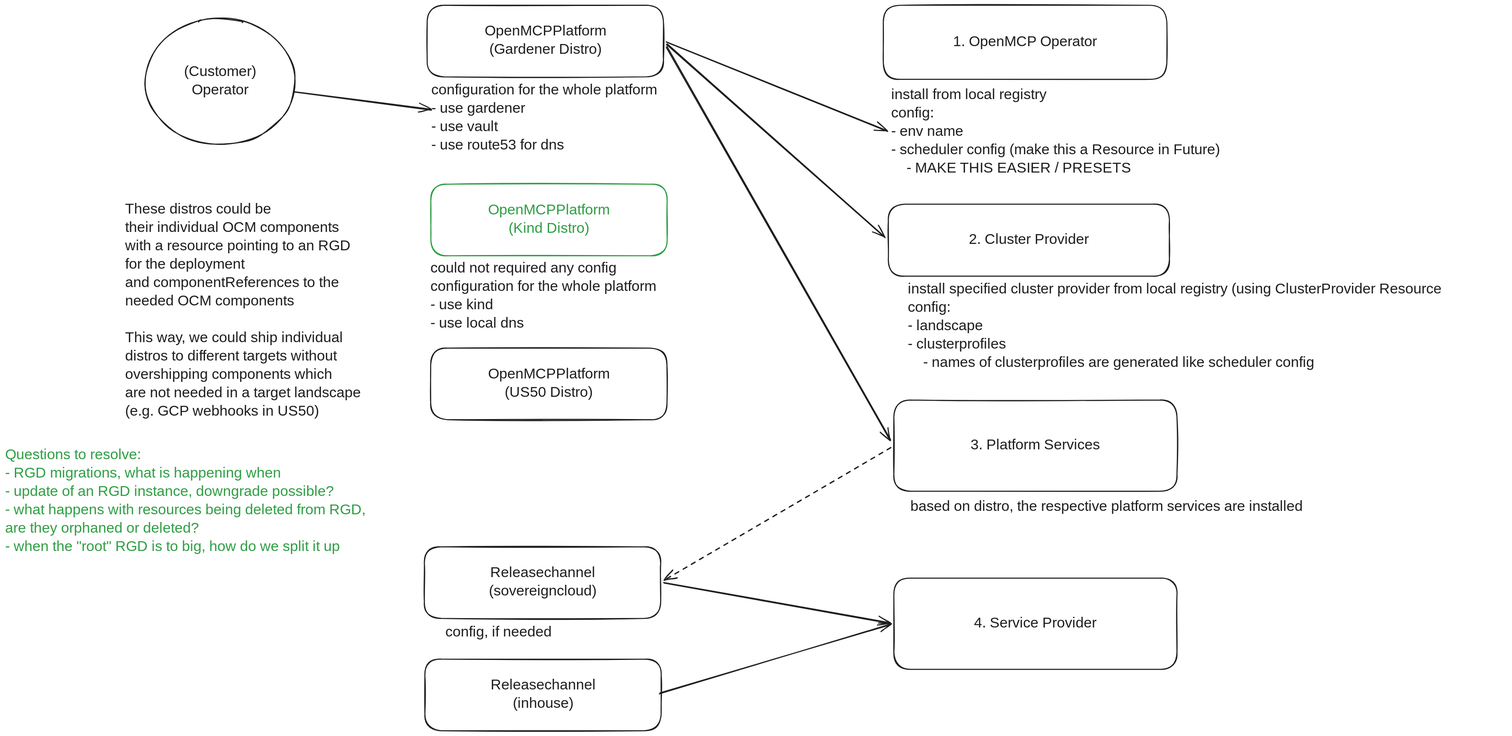
Before: adrs/rgd_based_autonomous_clusters.excalidraw.svg, a diagram exported from Excalidraw (openmcp-project/docs). Source tidied: one line per element, renumbered; positions are measured from the earlier drawing's top-left corner, leaving out a move shared by most shapes.
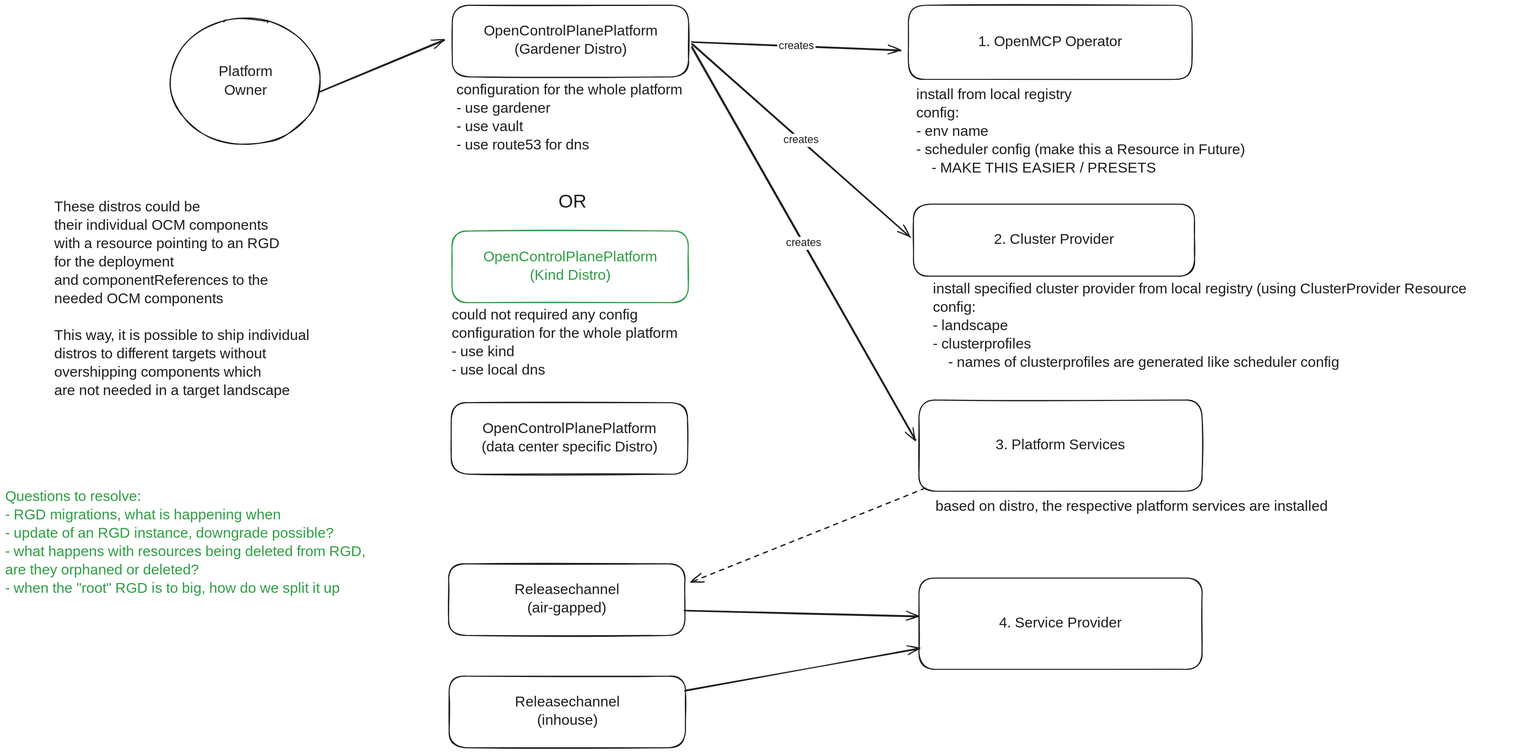
After the commit.

Commit message:
address review: use Platform Owner terminology, fix API name, clarify diagram

What changed in the source:
```diff
@@ -1,35 +1,38 @@
 {"id": 0, "type": "rectangle", "strokeColor": "#1e1e1e", "strokeWidth": 2, "roughness": 1, "round": true, "x": 804, "y": 0, "width": 450, "height": 136}
-{"id": 1, "type": "text", "text": "OpenMCPPlatform\n(Gardener Distro)", "strokeColor": "#1e1e1e", "strokeWidth": 2, "roughness": 1, "fontSize": 28, "fontFamily": 5, "textAlign": "center", "verticalAlign": "middle", "inside": 0, "x": 906, "y": 33, "width": 245, "height": 70}
+{"id": 1, "type": "text", "text": "OpenControlPlanePlatform\n(Gardener Distro)", "strokeColor": "#1e1e1e", "strokeWidth": 2, "roughness": 1, "fontSize": 28, "fontFamily": 5, "textAlign": "center", "verticalAlign": "middle", "inside": 0, "x": 851, "y": 33, "width": 355, "height": 70}
 {"id": 2, "type": "text", "text": "configuration for the whole platform\n- use gardener\n- use vault\n- use route53 for dns\n", "strokeColor": "#1e1e1e", "strokeWidth": 2, "roughness": 1, "fontSize": 28, "fontFamily": 5, "x": 811, "y": 145, "width": 498, "height": 175}
 {"id": 3, "type": "rectangle", "strokeColor": "#1e1e1e", "strokeWidth": 2, "roughness": 1, "round": true, "x": 1672, "y": 0, "width": 540, "height": 141}
 {"id": 4, "type": "text", "text": "1. OpenMCP Operator", "strokeColor": "#1e1e1e", "strokeWidth": 2, "roughness": 1, "fontSize": 28, "fontFamily": 5, "textAlign": "center", "verticalAlign": "middle", "inside": 3, "x": 1799, "y": 53, "width": 288, "height": 35}
 {"id": 5, "type": "text", "text": "install from local registry\nconfig:\n- env name\n- scheduler config (make this a Resource in Future)\n    - MAKE THIS EASIER / PRESETS", "strokeColor": "#1e1e1e", "strokeWidth": 2, "roughness": 1, "fontSize": 28, "fontFamily": 5, "x": 1687, "y": 154, "width": 702, "height": 175}
 {"id": 6, "type": "ellipse", "strokeColor": "#1e1e1e", "strokeWidth": 2, "roughness": 1, "round": true, "x": 266, "y": 25, "width": 285, "height": 240}
-{"id": 7, "type": "text", "text": "(Customer)\nOperator", "strokeColor": "#1e1e1e", "strokeWidth": 2, "roughness": 1, "fontSize": 28, "fontFamily": 5, "textAlign": "center", "verticalAlign": "middle", "inside": 6, "x": 335, "y": 110, "width": 148, "height": 70}
+{"id": 7, "type": "text", "text": "Platform\nOwner", "strokeColor": "#1e1e1e", "strokeWidth": 2, "roughness": 1, "fontSize": 28, "fontFamily": 5, "textAlign": "center", "verticalAlign": "middle", "inside": 6, "x": 350, "y": 110, "width": 118, "height": 70}
-{"id": 8, "type": "arrow", "strokeColor": "#1e1e1e", "strokeWidth": 2, "roughness": 1, "endArrowhead": "arrow", "round": true, "from": 6, "to": 2, "x": 550, "y": 164, "width": 261, "height": 35, "points": [[0, 0], [261, 35]]}
+{"id": 8, "type": "arrow", "strokeColor": "#1e1e1e", "strokeWidth": 2, "roughness": 1, "endArrowhead": "arrow", "round": true, "from": 6, "to": 0, "x": 550, "y": 164, "width": 238, "height": 98, "points": [[0, 0], [238, -98]]}
-{"id": 9, "type": "arrow", "strokeColor": "#1e1e1e", "strokeWidth": 2, "roughness": 1, "endArrowhead": "arrow", "round": true, "from": 0, "to": 5, "x": 1260, "y": 71, "width": 421, "height": 169, "points": [[0, 0], [421, 169]]}
+{"id": 9, "type": "arrow", "strokeColor": "#1e1e1e", "strokeWidth": 2, "roughness": 1, "endArrowhead": "arrow", "round": true, "from": 0, "to": 3, "x": 1260, "y": 71, "width": 399, "height": 15, "points": [[0, 0], [399, 15]]}
+{"id": 35, "type": "text", "text": "creates", "strokeColor": "#1e1e1e", "strokeWidth": 2, "roughness": 1, "fontSize": 20, "fontFamily": 5, "textAlign": "center", "verticalAlign": "middle", "inside": 9, "x": 1434, "y": 142, "width": 73, "height": 25}
-{"id": 10, "type": "rectangle", "strokeColor": "#2f9e44", "strokeWidth": 2, "roughness": 1, "round": true, "x": 811, "y": 341, "width": 450, "height": 136}
+{"id": 10, "type": "rectangle", "strokeColor": "#2f9e44", "strokeWidth": 2, "roughness": 1, "round": true, "x": 803, "y": 430, "width": 450, "height": 136}
-{"id": 11, "type": "text", "text": "OpenMCPPlatform\n(Kind Distro)", "strokeColor": "#2f9e44", "strokeWidth": 2, "roughness": 1, "fontSize": 28, "fontFamily": 5, "textAlign": "center", "verticalAlign": "middle", "inside": 10, "x": 914, "y": 374, "width": 243, "height": 70}
+{"id": 11, "type": "text", "text": "OpenControlPlanePlatform\n(Kind Distro)", "strokeColor": "#2f9e44", "strokeWidth": 2, "roughness": 1, "fontSize": 28, "fontFamily": 5, "textAlign": "center", "verticalAlign": "middle", "inside": 10, "x": 851, "y": 463, "width": 355, "height": 70}
-{"id": 12, "type": "rectangle", "strokeColor": "#1e1e1e", "strokeWidth": 2, "roughness": 1, "round": true, "x": 810, "y": 653, "width": 450, "height": 136}
+{"id": 12, "type": "rectangle", "strokeColor": "#1e1e1e", "strokeWidth": 2, "roughness": 1, "round": true, "x": 802, "y": 757, "width": 450, "height": 136}
-{"id": 13, "type": "text", "text": "OpenMCPPlatform\n(US50 Distro)", "strokeColor": "#1e1e1e", "strokeWidth": 2, "roughness": 1, "fontSize": 28, "fontFamily": 5, "textAlign": "center", "verticalAlign": "middle", "inside": 12, "x": 914, "y": 686, "width": 243, "height": 70}
+{"id": 13, "type": "text", "text": "OpenControlPlanePlatform\n(data center specific Distro)", "strokeColor": "#1e1e1e", "strokeWidth": 2, "roughness": 1, "fontSize": 28, "fontFamily": 5, "textAlign": "center", "verticalAlign": "middle", "inside": 12, "x": 828, "y": 790, "width": 397, "height": 70}
-{"id": 14, "type": "text", "text": "could not required any config\nconfiguration for the whole platform\n- use kind\n- use local dns\n", "strokeColor": "#1e1e1e", "strokeWidth": 2, "roughness": 1, "fontSize": 28, "fontFamily": 5, "x": 810, "y": 484, "width": 498, "height": 175}
+{"id": 14, "type": "text", "text": "could not required any config\nconfiguration for the whole platform\n- use kind\n- use local dns\n", "strokeColor": "#1e1e1e", "strokeWidth": 2, "roughness": 1, "fontSize": 28, "fontFamily": 5, "x": 802, "y": 573, "width": 498, "height": 175}
 {"id": 15, "type": "rectangle", "strokeColor": "#1e1e1e", "strokeWidth": 2, "roughness": 1, "round": true, "x": 1682, "y": 379, "width": 535, "height": 137}
 {"id": 16, "type": "text", "text": "2. Cluster Provider", "strokeColor": "#1e1e1e", "strokeWidth": 2, "roughness": 1, "fontSize": 28, "fontFamily": 5, "textAlign": "center", "verticalAlign": "middle", "inside": 15, "x": 1820, "y": 430, "width": 259, "height": 35}
 {"id": 17, "type": "arrow", "strokeColor": "#1e1e1e", "strokeWidth": 2, "roughness": 1, "endArrowhead": "arrow", "round": true, "from": 0, "to": 15, "x": 1260, "y": 73, "width": 416, "height": 369, "points": [[0, 0], [416, 369]]}
+{"id": 36, "type": "text", "text": "creates", "strokeColor": "#1e1e1e", "strokeWidth": 2, "roughness": 1, "fontSize": 20, "fontFamily": 5, "textAlign": "center", "verticalAlign": "middle", "inside": 17, "x": 1431, "y": 245, "width": 73, "height": 25}
 {"id": 18, "type": "text", "text": "install specified cluster provider from local registry (using ClusterProvider Resource\nconfig:\n- landscape\n- clusterprofiles\n    - names of clusterprofiles are generated like scheduler config", "strokeColor": "#1e1e1e", "strokeWidth": 2, "roughness": 1, "fontSize": 28, "fontFamily": 5, "x": 1719, "y": 524, "width": 1141, "height": 175}
 {"id": 19, "type": "rectangle", "strokeColor": "#1e1e1e", "strokeWidth": 2, "roughness": 1, "round": true, "x": 1693, "y": 752, "width": 539, "height": 174}
 {"id": 20, "type": "text", "text": "3. Platform Services", "strokeColor": "#1e1e1e", "strokeWidth": 2, "roughness": 1, "fontSize": 28, "fontFamily": 5, "textAlign": "center", "verticalAlign": "middle", "inside": 19, "x": 1825, "y": 821, "width": 275, "height": 35}
 {"id": 21, "type": "text", "text": "based on distro, the respective platform services are installed", "strokeColor": "#1e1e1e", "strokeWidth": 2, "roughness": 1, "fontSize": 28, "fontFamily": 5, "x": 1724, "y": 938, "width": 850, "height": 35}
 {"id": 22, "type": "rectangle", "strokeColor": "#1e1e1e", "strokeWidth": 2, "roughness": 1, "round": true, "x": 1693, "y": 1091, "width": 539, "height": 174}
 {"id": 23, "type": "text", "text": "4. Service Provider", "strokeColor": "#1e1e1e", "strokeWidth": 2, "roughness": 1, "fontSize": 28, "fontFamily": 5, "textAlign": "center", "verticalAlign": "middle", "inside": 22, "x": 1835, "y": 1160, "width": 254, "height": 35}
-{"id": 24, "type": "rectangle", "strokeColor": "#1e1e1e", "strokeWidth": 2, "roughness": 1, "round": true, "x": 798, "y": 1031, "width": 450, "height": 136}
+{"id": 24, "type": "rectangle", "strokeColor": "#1e1e1e", "strokeWidth": 2, "roughness": 1, "round": true, "x": 797, "y": 1064, "width": 450, "height": 136}
-{"id": 25, "type": "text", "text": "Releasechannel\n(sovereigncloud)", "strokeColor": "#1e1e1e", "strokeWidth": 2, "roughness": 1, "fontSize": 28, "fontFamily": 5, "textAlign": "center", "verticalAlign": "middle", "inside": 24, "x": 914, "y": 1064, "width": 218, "height": 70}
+{"id": 25, "type": "text", "text": "Releasechannel\n(air-gapped)", "strokeColor": "#1e1e1e", "strokeWidth": 2, "roughness": 1, "fontSize": 28, "fontFamily": 5, "textAlign": "center", "verticalAlign": "middle", "inside": 24, "x": 922, "y": 1097, "width": 200, "height": 70}
-{"id": 26, "type": "rectangle", "strokeColor": "#1e1e1e", "strokeWidth": 2, "roughness": 1, "round": true, "x": 799, "y": 1245, "width": 450, "height": 136}
+{"id": 26, "type": "rectangle", "strokeColor": "#1e1e1e", "strokeWidth": 2, "roughness": 1, "round": true, "x": 798, "y": 1278, "width": 450, "height": 136}
-{"id": 27, "type": "text", "text": "Releasechannel\n(inhouse)", "strokeColor": "#1e1e1e", "strokeWidth": 2, "roughness": 1, "fontSize": 28, "fontFamily": 5, "textAlign": "center", "verticalAlign": "middle", "inside": 26, "x": 924, "y": 1278, "width": 200, "height": 70}
+{"id": 27, "type": "text", "text": "Releasechannel\n(inhouse)", "strokeColor": "#1e1e1e", "strokeWidth": 2, "roughness": 1, "fontSize": 28, "fontFamily": 5, "textAlign": "center", "verticalAlign": "middle", "inside": 26, "x": 923, "y": 1311, "width": 200, "height": 70}
-{"id": 28, "type": "arrow", "strokeColor": "#1e1e1e", "strokeWidth": 2, "roughness": 1, "endArrowhead": "arrow", "round": true, "from": 24, "to": 22, "x": 1254, "y": 1101, "width": 432, "height": 76, "points": [[0, 0], [432, 76]]}
+{"id": 28, "type": "arrow", "strokeColor": "#1e1e1e", "strokeWidth": 2, "roughness": 1, "endArrowhead": "arrow", "round": true, "from": 24, "to": 22, "x": 1246, "y": 1154, "width": 447, "height": 10, "points": [[0, 0], [447, 10]]}
-{"id": 29, "type": "arrow", "strokeColor": "#1e1e1e", "strokeWidth": 2, "roughness": 1, "endArrowhead": "arrow", "round": true, "from": 26, "to": 22, "x": 1247, "y": 1310, "width": 439, "height": 131, "points": [[0, 0], [439, -131]]}
+{"id": 29, "type": "arrow", "strokeColor": "#1e1e1e", "strokeWidth": 2, "roughness": 1, "endArrowhead": "arrow", "round": true, "from": 26, "to": 22, "x": 1248, "y": 1305, "width": 445, "height": 80, "points": [[0, 0], [445, -80]]}
 {"id": 30, "type": "arrow", "strokeColor": "#1e1e1e", "strokeWidth": 2, "roughness": 1, "endArrowhead": "arrow", "round": true, "from": 0, "to": 19, "x": 1260, "y": 79, "width": 427, "height": 749, "points": [[0, 0], [427, 749]]}
+{"id": 37, "type": "text", "text": "creates", "strokeColor": "#1e1e1e", "strokeWidth": 2, "roughness": 1, "fontSize": 20, "fontFamily": 5, "textAlign": "center", "verticalAlign": "middle", "inside": 30, "x": 1437, "y": 441, "width": 73, "height": 25}
-{"id": 31, "type": "arrow", "strokeColor": "#1e1e1e", "strokeWidth": 2, "strokeStyle": "dashed", "roughness": 1, "endArrowhead": "arrow", "round": true, "from": 19, "to": 24, "x": 1687, "y": 842, "width": 432, "height": 254, "points": [[0, 0], [-432, 254]]}
+{"id": 31, "type": "arrow", "strokeColor": "#1e1e1e", "strokeWidth": 2, "strokeStyle": "dashed", "roughness": 1, "endArrowhead": "arrow", "round": true, "from": 21, "to": 24, "x": 1704, "y": 919, "width": 447, "height": 180, "points": [[0, 0], [-447, 180]]}
-{"id": 32, "type": "text", "text": "config, if needed", "strokeColor": "#1e1e1e", "strokeWidth": 2, "strokeStyle": "dashed", "roughness": 1, "fontSize": 28, "fontFamily": 5, "x": 838, "y": 1177, "width": 226, "height": 35}
-{"id": 33, "type": "text", "text": "These distros could be\ntheir individual OCM components\nwith a resource pointing to an RGD\nfor the deployment\nand componentReferences to the\nneeded OCM components\n\nThis way, we could ship individual\ndistros to different targets without\novershipping components which\nare not needed in a target landscape\n(e.g. GCP webhooks in US50)", "strokeColor": "#1e1e1e", "strokeWidth": 2, "strokeStyle": "dashed", "roughness": 1, "fontSize": 28, "fontFamily": 5, "x": 228, "y": 372, "width": 505, "height": 420}
+{"id": 33, "type": "text", "text": "These distros could be\ntheir individual OCM components\nwith a resource pointing to an RGD\nfor the deployment\nand componentReferences to the\nneeded OCM components\n\nThis way, it is possible to ship individual\ndistros to different targets without\novershipping components which\nare not needed in a target landscape", "strokeColor": "#1e1e1e", "strokeWidth": 2, "strokeStyle": "dashed", "roughness": 1, "fontSize": 28, "fontFamily": 5, "x": 45, "y": 368, "width": 554, "height": 385}
-{"id": 34, "type": "text", "text": "Questions to resolve:\n- RGD migrations, what is happening when\n- update of an RGD instance, downgrade possible?\n- what happens with resources being deleted from RGD,\nare they orphaned or deleted?\n- when the \"root\" RGD is to big, how do we split it up", "strokeColor": "#2f9e44", "strokeWidth": 2, "strokeStyle": "dashed", "roughness": 1, "fontSize": 28, "fontFamily": 5, "x": 0, "y": 840, "width": 763, "height": 210}
+{"id": 34, "type": "text", "text": "Questions to resolve:\n- RGD migrations, what is happening when\n- update of an RGD instance, downgrade possible?\n- what happens with resources being deleted from RGD,\nare they orphaned or deleted?\n- when the \"root\" RGD is to big, how do we split it up", "strokeColor": "#2f9e44", "strokeWidth": 2, "strokeStyle": "dashed", "roughness": 1, "fontSize": 28, "fontFamily": 5, "x": -48, "y": 919, "width": 763, "height": 210}
+{"id": 38, "type": "text", "text": "OR", "strokeColor": "#1e1e1e", "strokeWidth": 2, "roughness": 1, "fontSize": 36, "fontFamily": 5, "x": 1005, "y": 353, "width": 54, "height": 45}
```
